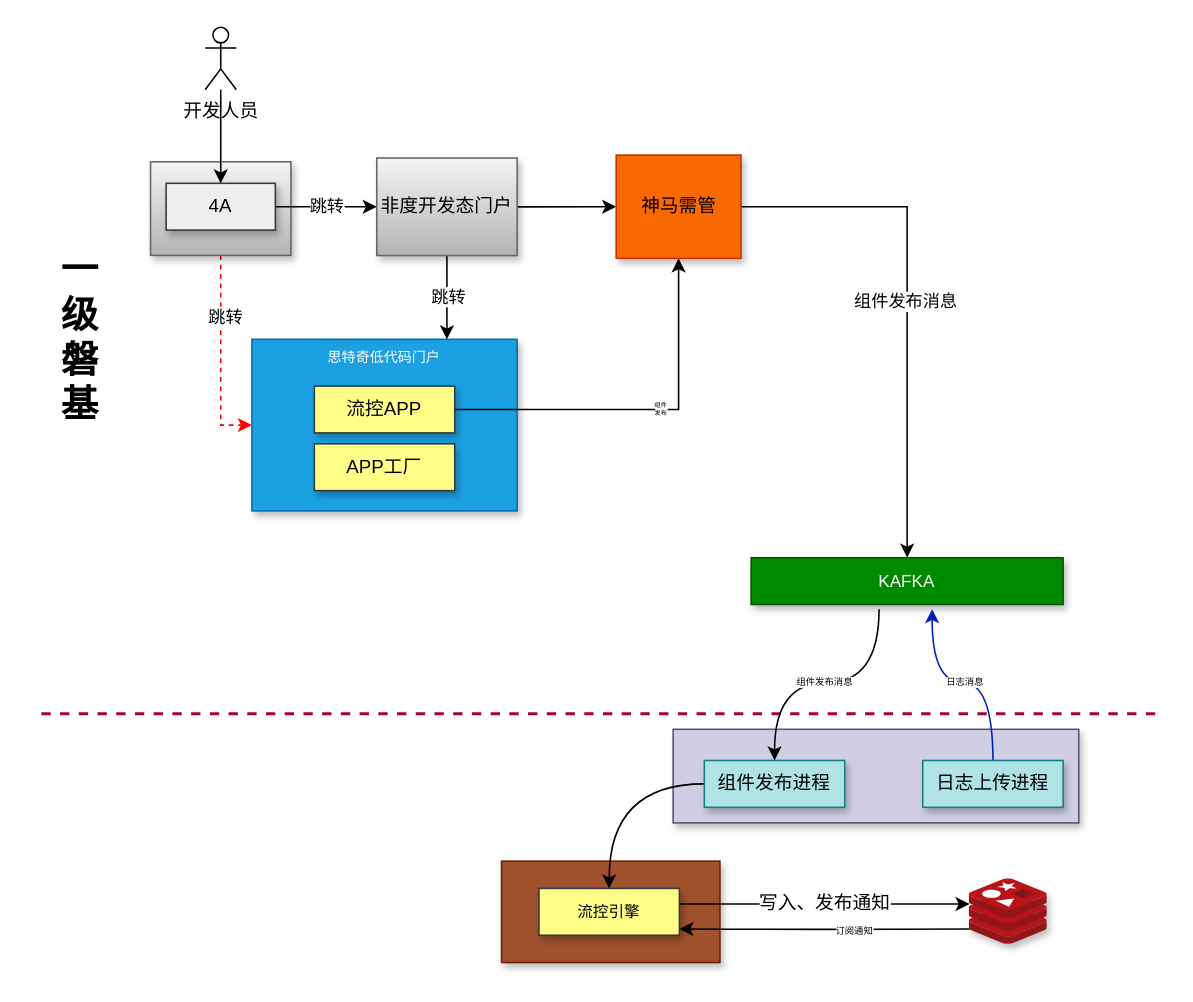
Earlier version of the draw.io diagram page "集成架构" (8 of 8) of 流控.drawio (qymmdj/draw-io). Source tidied: cells renumbered, new cells numbered last; positions are measured from the earlier drawing's top-left corner, leaving out a move shared by most shapes. Both pictures are drawn from the tidied source at 156%, with x=0, y=0 at pixel (33, 27).
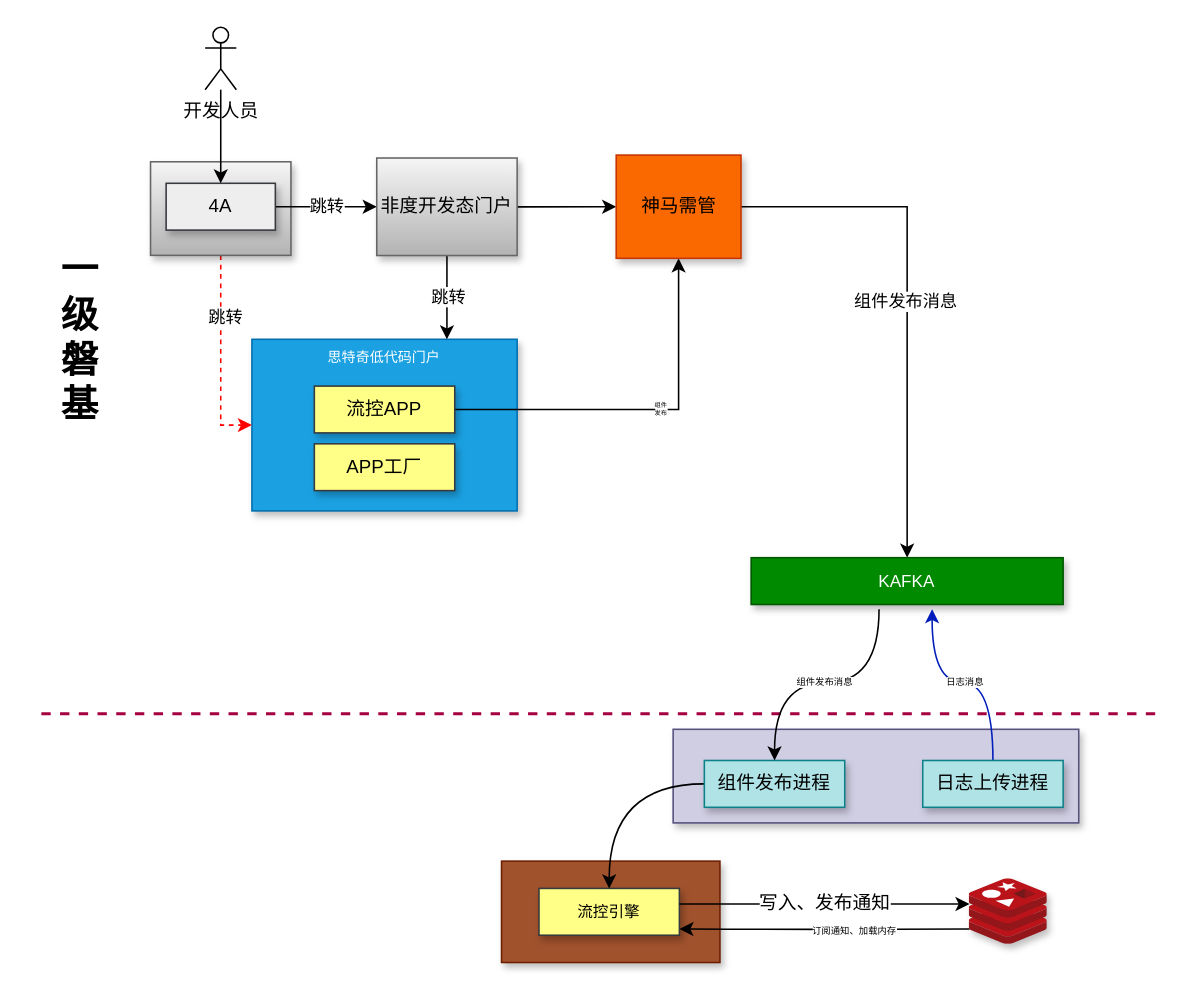
The same page after the edit.

Unchanged cells that the change refers to:
```xml
<mxCell id="3" style="edgeStyle=orthogonalEdgeStyle;curved=1;rounded=0;jettySize=auto;html=1;fontSize=6;fontColor=#000000;startArrow=classic;startFill=1;endArrow=none;endFill=0;strokeColor=#000000;strokeWidth=1;entryX=0;entryY=0.762;entryDx=0;entryDy=0;entryPerimeter=0;" parent="1" edge="1" target="30">
  <mxGeometry relative="1" as="geometry">
    <mxPoint x="414" y="578" as="sourcePoint" />
  </mxGeometry>
</mxCell>
```

Diff of the diagram source:
```diff
@@
-    <mxCell id="4" value="订阅通知" style="edgeLabel;html=1;align=center;verticalAlign=middle;fontSize=6;fontColor=#000000;" parent="3" vertex="1">
+    <mxCell id="4" value="订阅通知、加载内存" style="edgeLabel;html=1;align=center;verticalAlign=middle;fontSize=6;fontColor=#000000;" parent="3" vertex="1">
       <mxGeometry x="0.2" y="-1" relative="1" as="geometry" />
     </mxCell>
```
